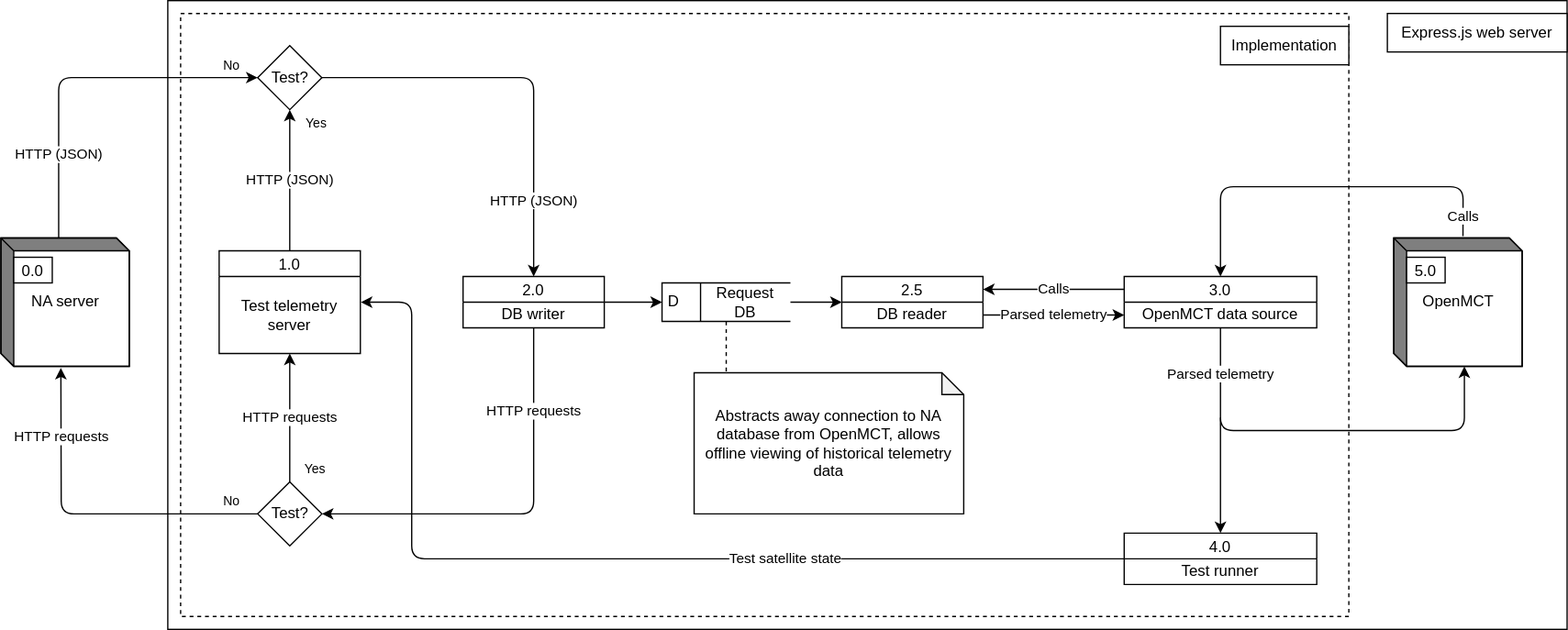
Earlier version of the draw.io export docs/imgs/Data Flow Diagram (L0).svg (AudunVN/mct-depot). Source tidied: cells renumbered, new cells last; positions are measured from the earlier drawing's top-left corner, leaving out a move shared by most shapes. The source it was exported from:
```xml
<mxGraphModel background="#ffffff">
  <root>
    <mxCell id="0" />
    <mxCell id="1" parent="0" />
    <mxCell id="2" style="rounded=0;whiteSpace=wrap;html=1;strokeColor=#000000;fillColor=none;" parent="1" vertex="1">
      <mxGeometry x="130" width="1090" height="490" as="geometry" />
    </mxCell>
    <mxCell id="3" style="rounded=0;whiteSpace=wrap;html=1;strokeColor=#000000;fillColor=none;dashed=1;" parent="1" vertex="1">
      <mxGeometry x="140" y="10" width="910" height="470" as="geometry" />
    </mxCell>
    <mxCell id="4" value="HTTP (JSON)" style="edgeStyle=orthogonalEdgeStyle;jettySize=auto;html=1;exitX=0;exitY=0;exitDx=45;exitDy=0;exitPerimeter=0;entryX=0;entryY=0.5;entryDx=0;entryDy=0;strokeColor=#000000;rounded=1;" parent="1" edge="1" source="5" target="8">
      <mxGeometry x="-0.54" relative="1" as="geometry" />
    </mxCell>
    <mxCell id="5" value="NA server" style="html=1;dashed=0;whitespace=wrap;shape=mxgraph.dfd.externalEntity;" parent="1" vertex="1">
      <mxGeometry y="185" width="100" height="100" as="geometry" />
    </mxCell>
    <mxCell id="6" value="0.0" style="strokeColor=inherit;fillColor=inherit;gradientColor=inherit;" parent="5" vertex="1">
      <mxGeometry width="30" height="20" relative="1" as="geometry">
        <mxPoint x="10" y="15" as="offset" />
      </mxGeometry>
    </mxCell>
    <mxCell id="7" value="HTTP (JSON)" style="endArrow=classic;html=1;exitX=1;exitY=0.5;exitDx=0;exitDy=0;entryX=0.5;entryY=0;entryDx=0;entryDy=0;" parent="1" edge="1" source="8" target="16">
      <mxGeometry x="0.63" relative="1" as="geometry">
        <Array as="points">
          <mxPoint x="415" y="60" />
        </Array>
      </mxGeometry>
    </mxCell>
    <mxCell id="8" value="Test?" style="shape=rhombus;html=1;dashed=0;whitespace=wrap;perimeter=rhombusPerimeter;" parent="1" vertex="1">
      <mxGeometry x="200" y="35" width="50" height="50" as="geometry" />
    </mxCell>
    <mxCell id="9" value="1.0" style="swimlane;fontStyle=0;horizontal=1;startSize=20;fillColor=#ffffff;swimlaneFillColor=#ffffff;" parent="1" vertex="1">
      <mxGeometry x="170" y="195" width="110" height="80" as="geometry" />
    </mxCell>
    <mxCell id="10" value="Test telemetry server" style="text;html=1;strokeColor=none;fillColor=none;align=center;verticalAlign=middle;whiteSpace=wrap;rounded=0;" parent="9" vertex="1">
      <mxGeometry y="20" width="110" height="60" as="geometry" />
    </mxCell>
    <mxCell id="11" value="HTTP (JSON)" style="endArrow=classic;html=1;exitX=0.5;exitY=0;exitDx=0;exitDy=0;" parent="1" edge="1" source="9" target="8">
      <mxGeometry relative="1" as="geometry" />
    </mxCell>
    <mxCell id="12" style="group;" parent="1" vertex="1">
      <mxGeometry x="515" y="220" width="100" height="30" as="geometry" />
    </mxCell>
    <mxCell id="13" style="group;" parent="12" vertex="1">
      <mxGeometry width="100" height="30" as="geometry" />
    </mxCell>
    <mxCell id="14" value="D" style="html=1;dashed=0;whitespace=wrap;shape=mxgraph.dfd.dataStoreID;align=left;spacingLeft=3;points=[[0,0],[0.5,0],[1,0],[0,0.5],[1,0.5],[0,1],[0.5,1],[1,1]];" parent="13" vertex="1">
      <mxGeometry width="100" height="30" as="geometry" />
    </mxCell>
    <mxCell id="15" value="Request DB" style="text;html=1;strokeColor=none;fillColor=none;align=center;verticalAlign=middle;whiteSpace=wrap;rounded=0;" parent="13" vertex="1">
      <mxGeometry x="40" y="5" width="50" height="20" as="geometry" />
    </mxCell>
    <mxCell id="16" value="2.0" style="swimlane;fontStyle=0;horizontal=1;startSize=20;fillColor=#ffffff;swimlaneFillColor=#ffffff;" parent="1" vertex="1">
      <mxGeometry x="360" y="215" width="110" height="40" as="geometry" />
    </mxCell>
    <mxCell id="17" value="DB writer" style="text;html=1;strokeColor=none;fillColor=none;align=center;verticalAlign=middle;whiteSpace=wrap;rounded=0;" parent="16" vertex="1">
      <mxGeometry y="20" width="110" height="20" as="geometry" />
    </mxCell>
    <mxCell id="18" value="Test?" style="shape=rhombus;html=1;dashed=0;whitespace=wrap;perimeter=rhombusPerimeter;" parent="1" vertex="1">
      <mxGeometry x="200" y="375" width="50" height="50" as="geometry" />
    </mxCell>
    <mxCell id="19" value="HTTP requests" style="endArrow=classic;html=1;exitX=0.5;exitY=1;exitDx=0;exitDy=0;entryX=1;entryY=0.5;entryDx=0;entryDy=0;" parent="1" edge="1" source="17" target="18">
      <mxGeometry x="-0.58" relative="1" as="geometry">
        <Array as="points">
          <mxPoint x="415" y="400" />
        </Array>
      </mxGeometry>
    </mxCell>
    <mxCell id="20" value="HTTP requests" style="endArrow=classic;html=1;exitX=0;exitY=0.5;exitDx=0;exitDy=0;entryX=0.467;entryY=1.012;entryDx=0;entryDy=0;entryPerimeter=0;" parent="1" edge="1" source="18" target="5">
      <mxGeometry x="0.6" relative="1" as="geometry">
        <Array as="points">
          <mxPoint x="47" y="400" />
        </Array>
      </mxGeometry>
    </mxCell>
    <mxCell id="21" value="HTTP requests" style="endArrow=classic;html=1;exitX=0.5;exitY=0;exitDx=0;exitDy=0;entryX=0.5;entryY=1;entryDx=0;entryDy=0;" parent="1" edge="1" source="18" target="10">
      <mxGeometry relative="1" as="geometry" />
    </mxCell>
    <mxCell id="22" value="3.0" style="swimlane;fontStyle=0;horizontal=1;startSize=20;fillColor=#ffffff;swimlaneFillColor=#ffffff;" parent="1" vertex="1">
      <mxGeometry x="875" y="215" width="150" height="40" as="geometry" />
    </mxCell>
    <mxCell id="23" value="OpenMCT data source" style="text;html=1;strokeColor=none;fillColor=none;align=center;verticalAlign=middle;whiteSpace=wrap;rounded=0;" parent="22" vertex="1">
      <mxGeometry y="20" width="150" height="20" as="geometry" />
    </mxCell>
    <mxCell id="24" value="Calls" style="endArrow=classic;html=1;exitX=0;exitY=0.25;exitDx=0;exitDy=0;" parent="1" edge="1" source="22">
      <mxGeometry relative="1" as="geometry">
        <mxPoint x="765" y="225" as="targetPoint" />
      </mxGeometry>
    </mxCell>
    <mxCell id="25" value="Parsed telemetry" style="endArrow=classic;html=1;entryX=0;entryY=0.5;entryDx=0;entryDy=0;" parent="1" edge="1" target="23">
      <mxGeometry relative="1" as="geometry">
        <mxPoint x="765" y="245" as="sourcePoint" />
      </mxGeometry>
    </mxCell>
    <mxCell id="26" value="OpenMCT" style="html=1;dashed=0;whitespace=wrap;shape=mxgraph.dfd.externalEntity;" parent="1" vertex="1">
      <mxGeometry x="1085" y="185" width="100" height="100" as="geometry" />
    </mxCell>
    <mxCell id="27" value="5.0" style="strokeColor=inherit;fillColor=inherit;gradientColor=inherit;" parent="26" vertex="1">
      <mxGeometry width="30" height="20" relative="1" as="geometry">
        <mxPoint x="10" y="15" as="offset" />
      </mxGeometry>
    </mxCell>
    <mxCell id="28" value="Calls" style="endArrow=classic;html=1;exitX=0.539;exitY=-0.014;exitDx=0;exitDy=0;entryX=0.5;entryY=0;entryDx=0;entryDy=0;exitPerimeter=0;" parent="1" edge="1" source="26" target="22">
      <mxGeometry x="-0.89" relative="1" as="geometry">
        <Array as="points">
          <mxPoint x="1139" y="145" />
          <mxPoint x="950" y="145" />
        </Array>
      </mxGeometry>
    </mxCell>
    <mxCell id="29" value="Parsed telemetry" style="endArrow=classic;html=1;exitX=0.5;exitY=1;exitDx=0;exitDy=0;entryX=0;entryY=0;entryDx=55;entryDy=100;entryPerimeter=0;" parent="1" edge="1" source="23" target="26">
      <mxGeometry x="-0.78" relative="1" as="geometry">
        <Array as="points">
          <mxPoint x="950" y="335" />
          <mxPoint x="1140" y="335" />
        </Array>
      </mxGeometry>
    </mxCell>
    <mxCell id="30" value="Implementation" style="rounded=0;whiteSpace=wrap;html=1;strokeColor=#000000;fillColor=#ffffff;" parent="1" vertex="1">
      <mxGeometry x="950" y="20" width="100" height="30" as="geometry" />
    </mxCell>
    <mxCell id="31" value="Express.js web server" style="rounded=0;whiteSpace=wrap;html=1;" parent="1" vertex="1">
      <mxGeometry x="1080" y="10" width="140" height="30" as="geometry" />
    </mxCell>
    <mxCell id="32" value="Yes" style="text;html=1;strokeColor=none;fillColor=none;align=center;verticalAlign=middle;whiteSpace=wrap;rounded=0;dashed=1;fontSize=10;" parent="1" vertex="1">
      <mxGeometry x="225" y="355" width="40" height="20" as="geometry" />
    </mxCell>
    <mxCell id="33" value="Yes" style="text;html=1;strokeColor=none;fillColor=none;align=center;verticalAlign=middle;whiteSpace=wrap;rounded=0;dashed=1;fontSize=10;" parent="1" vertex="1">
      <mxGeometry x="226" y="85" width="40" height="20" as="geometry" />
    </mxCell>
    <mxCell id="34" value="4.0" style="swimlane;fontStyle=0;horizontal=1;startSize=20;fillColor=#ffffff;swimlaneFillColor=#ffffff;" parent="1" vertex="1">
      <mxGeometry x="875" y="415" width="150" height="40" as="geometry" />
    </mxCell>
    <mxCell id="35" value="Test runner" style="text;html=1;strokeColor=none;fillColor=none;align=center;verticalAlign=middle;whiteSpace=wrap;rounded=0;" parent="34" vertex="1">
      <mxGeometry y="20" width="150" height="20" as="geometry" />
    </mxCell>
    <mxCell id="36" style="endArrow=classic;html=1;entryX=0.5;entryY=0;entryDx=0;entryDy=0;" parent="1" edge="1" target="34">
      <mxGeometry relative="1" as="geometry">
        <mxPoint x="950" y="325" as="sourcePoint" />
      </mxGeometry>
    </mxCell>
    <mxCell id="37" value="Test satellite state" style="endArrow=classic;html=1;exitX=0;exitY=0;exitDx=0;exitDy=0;entryX=1.003;entryY=0.334;entryDx=0;entryDy=0;entryPerimeter=0;" parent="1" edge="1" source="35" target="10">
      <mxGeometry x="0.07" y="-160" relative="1" as="geometry">
        <Array as="points">
          <mxPoint x="320" y="435" />
          <mxPoint x="320" y="235" />
        </Array>
        <mxPoint x="160" y="160" as="offset" />
      </mxGeometry>
    </mxCell>
    <mxCell id="38" value="No" style="text;html=1;strokeColor=none;fillColor=none;align=center;verticalAlign=middle;whiteSpace=wrap;rounded=0;dashed=1;fontSize=10;" parent="1" vertex="1">
      <mxGeometry x="160" y="380" width="40" height="20" as="geometry" />
    </mxCell>
    <mxCell id="39" value="No" style="text;html=1;strokeColor=none;fillColor=none;align=center;verticalAlign=middle;whiteSpace=wrap;rounded=0;dashed=1;fontSize=10;" parent="1" vertex="1">
      <mxGeometry x="160" y="40" width="40" height="20" as="geometry" />
    </mxCell>
    <mxCell id="40" value="2.5" style="swimlane;fontStyle=0;horizontal=1;startSize=20;fillColor=#ffffff;swimlaneFillColor=#ffffff;" parent="1" vertex="1">
      <mxGeometry x="655" y="215" width="110" height="40" as="geometry" />
    </mxCell>
    <mxCell id="41" value="DB reader" style="text;html=1;strokeColor=none;fillColor=none;align=center;verticalAlign=middle;whiteSpace=wrap;rounded=0;" parent="40" vertex="1">
      <mxGeometry y="20" width="110" height="20" as="geometry" />
    </mxCell>
    <mxCell id="42" style="endArrow=classic;html=1;exitX=1;exitY=0.5;exitDx=0;exitDy=0;entryX=0;entryY=0;entryDx=0;entryDy=0;" parent="1" edge="1" source="14" target="41">
      <mxGeometry relative="1" as="geometry" />
    </mxCell>
    <mxCell id="43" style="endArrow=classic;html=1;exitX=1;exitY=0;exitDx=0;exitDy=0;" parent="1" edge="1" source="17">
      <mxGeometry relative="1" as="geometry">
        <mxPoint x="515" y="235" as="targetPoint" />
      </mxGeometry>
    </mxCell>
    <mxCell id="44" value="Abstracts away connection to NA database from OpenMCT, allows offline viewing of historical telemetry data" style="shape=note;whiteSpace=wrap;html=1;backgroundOutline=1;darkOpacity=0.05;spacing=2;spacingTop=0;verticalAlign=middle;size=17;" parent="1" vertex="1">
      <mxGeometry x="540" y="290" width="210" height="110" as="geometry" />
    </mxCell>
    <mxCell id="45" style="endArrow=none;dashed=1;html=1;strokeColor=#000000;" parent="1" edge="1">
      <mxGeometry relative="1" as="geometry">
        <mxPoint x="565" y="250" as="sourcePoint" />
        <mxPoint x="565" y="290" as="targetPoint" />
      </mxGeometry>
    </mxCell>
  </root>
</mxGraphModel>
```
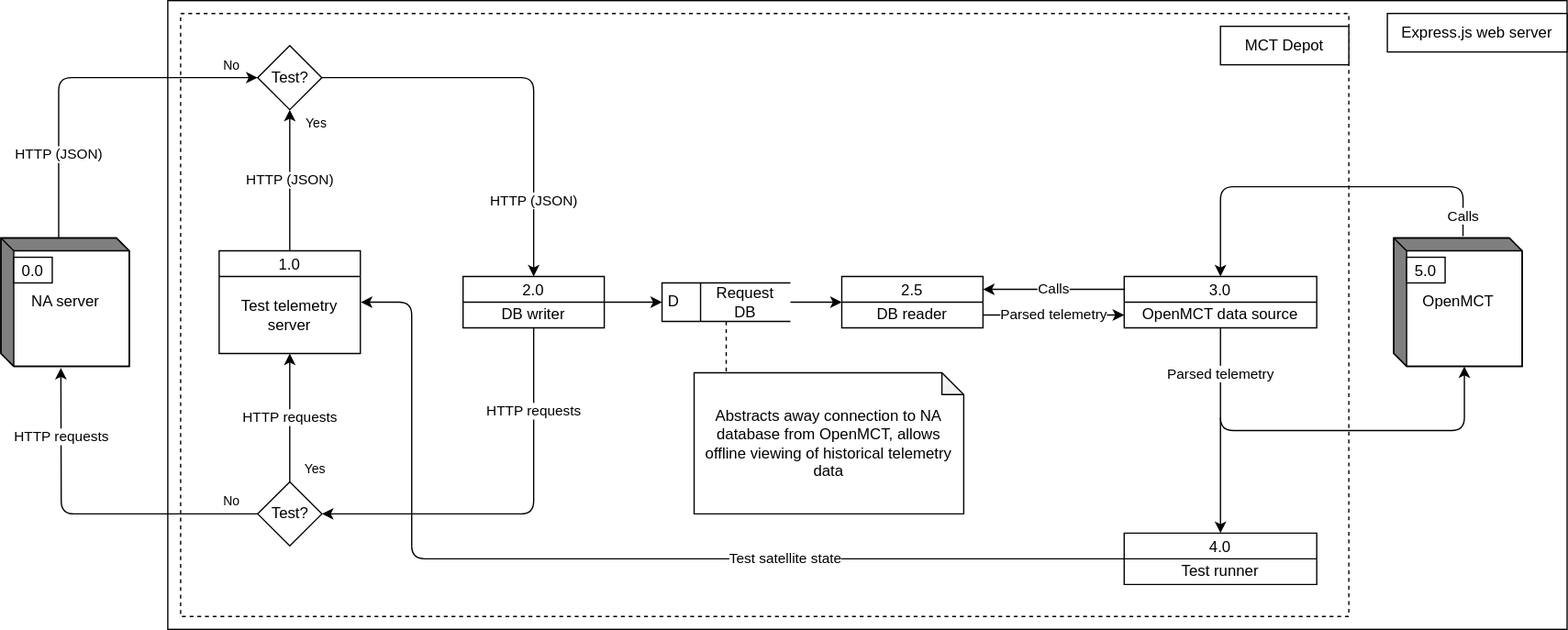
After the change.

Commit message:
Added new images for HYPSO, updated DFD with Depot name, layout cleanup

Change to the diagram source:
```diff
@@ -116,7 +116,7 @@
         </Array>
       </mxGeometry>
     </mxCell>
-    <mxCell id="30" value="Implementation" style="rounded=0;whiteSpace=wrap;html=1;strokeColor=#000000;fillColor=#ffffff;" parent="1" vertex="1">
+    <mxCell id="30" value="MCT Depot" style="rounded=0;whiteSpace=wrap;html=1;strokeColor=#000000;fillColor=#ffffff;" parent="1" vertex="1">
       <mxGeometry x="950" y="20" width="100" height="30" as="geometry" />
     </mxCell>
     <mxCell id="31" value="Express.js web server" style="rounded=0;whiteSpace=wrap;html=1;" parent="1" vertex="1">
```
